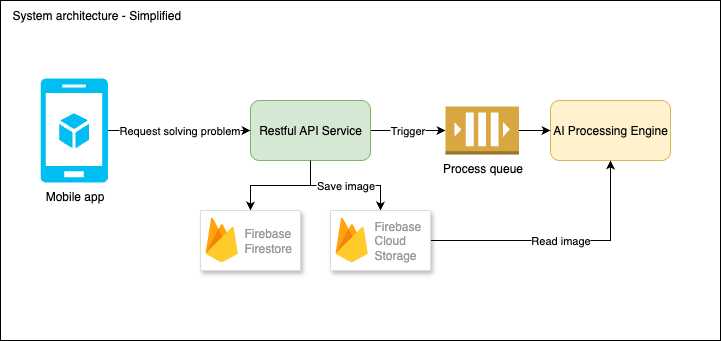
agentslx/growtrics_fullstack_dev_test keeps this draw.io diagram as docs/architecture-simple.png. Above is the earlier version. Source tidied: cells renumbered, new cells last; positions are measured from the earlier drawing's top-left corner, leaving out a move shared by most shapes.
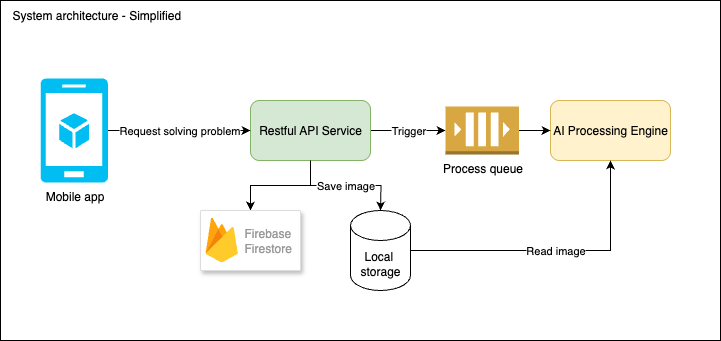
After the commit.

Change to the diagram source:
```diff
@@ -8,8 +8,10 @@
     <mxCell id="3" value="Trigger" style="edgeStyle=orthogonalEdgeStyle;rounded=0;jettySize=auto;html=1;exitX=1;exitY=0.5;exitDx=0;exitDy=0;" parent="1" edge="1" source="5" target="9">
       <mxGeometry relative="1" as="geometry" />
     </mxCell>
-    <mxCell id="4" value="Save image" style="edgeStyle=orthogonalEdgeStyle;rounded=0;jettySize=auto;html=1;exitX=0.5;exitY=1;exitDx=0;exitDy=0;entryX=0.5;entryY=0;entryDx=0;entryDy=0;" parent="1" edge="1" source="5" target="16">
-      <mxGeometry relative="1" as="geometry" />
+    <mxCell id="4" value="Save image" style="edgeStyle=orthogonalEdgeStyle;rounded=0;jettySize=auto;html=1;exitX=0.5;exitY=1;exitDx=0;exitDy=0;entryX=0.5;entryY=0;entryDx=0;entryDy=0;" parent="1" edge="1" source="5">
+      <mxGeometry relative="1" as="geometry">
+        <mxPoint x="380" y="210" as="targetPoint" />
+      </mxGeometry>
     </mxCell>
     <mxCell id="5" value="Restful API Service" style="rounded=1;whiteSpace=wrap;html=1;fillColor=#d5e8d4;strokeColor=#82b366;" parent="1" vertex="1">
       <mxGeometry x="250" y="100" width="120" height="60" as="geometry" />
@@ -32,7 +34,7 @@
     <mxCell id="11" value="Mobile app" style="verticalLabelPosition=bottom;html=1;verticalAlign=top;align=center;strokeColor=none;fillColor=#00BEF2;shape=mxgraph.azure.mobile_services;" parent="1" vertex="1">
       <mxGeometry x="40" y="78" width="67.6" height="104" as="geometry" />
     </mxCell>
-    <mxCell id="12" value="Read image" style="edgeStyle=orthogonalEdgeStyle;rounded=0;jettySize=auto;html=1;entryX=0.5;entryY=1;entryDx=0;entryDy=0;" parent="1" edge="1" source="16" target="7">
+    <mxCell id="12" value="Read image" style="edgeStyle=orthogonalEdgeStyle;rounded=0;jettySize=auto;html=1;entryX=0.5;entryY=1;entryDx=0;entryDy=0;exitX=1;exitY=0.5;exitDx=0;exitDy=0;exitPerimeter=0;" parent="1" edge="1" source="16" target="7">
       <mxGeometry relative="1" as="geometry" />
     </mxCell>
     <mxCell id="13" value="System architecture - Simplified" style="text;html=1;align=left;verticalAlign=middle;whiteSpace=wrap;rounded=0;" parent="1" vertex="1">
@@ -46,13 +48,8 @@
         <mxPoint x="5" y="7" as="offset" />
       </mxGeometry>
     </mxCell>
-    <mxCell id="16" style="fillColor=#ffffff;strokeColor=#dddddd;shadow=1;strokeWidth=1;rounded=1;absoluteArcSize=1;arcSize=2;" parent="1" vertex="1">
-      <mxGeometry x="330" y="210" width="100" height="60" as="geometry" />
+    <mxCell id="16" value="Local&amp;nbsp;&lt;div&gt;storage&lt;/div&gt;" style="shape=cylinder3;whiteSpace=wrap;html=1;boundedLbl=1;backgroundOutline=1;size=15;" parent="1" vertex="1">
+      <mxGeometry x="350" y="210" width="60" height="80" as="geometry" />
     </mxCell>
-    <mxCell id="17" value="Firebase&lt;div&gt;Cloud&amp;nbsp;&lt;/div&gt;&lt;div&gt;Storage&lt;/div&gt;" style="sketch=0;dashed=0;html=1;fillColor=#5184F3;strokeColor=none;shape=mxgraph.gcp2.firebase;labelPosition=right;verticalLabelPosition=middle;align=left;verticalAlign=middle;spacingLeft=5;fontColor=#999999;fontSize=12;" parent="16" vertex="1">
-      <mxGeometry width="32.4" height="45" relative="1" as="geometry">
-        <mxPoint x="5" y="7" as="offset" />
-      </mxGeometry>
-    </mxCell>
   </root>
 </mxGraphModel>
```
